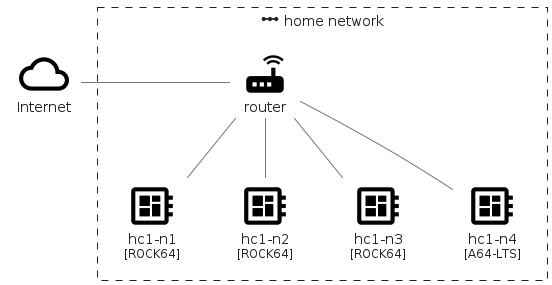
Before: paper/cluster_layout.png, a diagram exported from PlantUML (tmorin/homecloud-ansible). Its diagram source:
```plantuml
@startuml cluster_layout
!global $INCLUSION_MODE="local"
!global $LIB_BASE_LOCATION="../.gdiag/plantuml-libs/dist"
!include $LIB_BASE_LOCATION/bootstrap.puml

include('homecloud/bootstrap')
include('homecloud/Element/Board')
include('homecloud/Element/Cloud')
include('homecloud/Group/GroupNetwork')
include('homecloud/Element/Router')

Cloud('internet', 'Internet')
GroupNetwork('home', 'home network') {
  Router('router', 'router')
  Board('n1', 'hc1-n1', 'ROCK64')
  Board('n2', 'hc1-n2', 'ROCK64')
  Board('n3', 'hc1-n3', 'ROCK64')
  Board('n4', 'hc1-n4', 'A64-LTS')
}
internet - router
router -- n1
router -- n2
router -- n3
router -- n4
@enduml
```
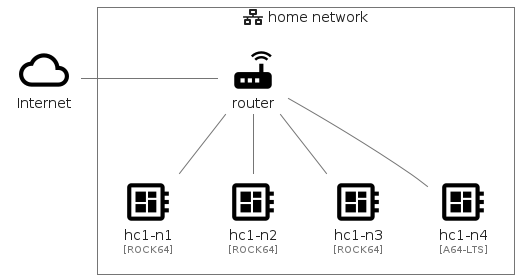
After the commit.

What changed in the source:
```diff
@@ -4,13 +4,13 @@
 !include $LIB_BASE_LOCATION/bootstrap.puml
 
 include('homecloud/bootstrap')
-include('homecloud/Element/Board')
-include('homecloud/Element/Cloud')
-include('homecloud/Group/GroupNetwork')
-include('homecloud/Element/Router')
+include('homecloud/Hardware/Board')
+include('homecloud/Network/Internet')
+include('homecloud/Network/LocalNetwork')
+include('homecloud/Network/Router')
 
-Cloud('internet', 'Internet')
-GroupNetwork('home', 'home network') {
+Internet('internet', 'Internet')
+LocalNetworkGroup('home', 'home network') {
   Router('router', 'router')
   Board('n1', 'hc1-n1', 'ROCK64')
   Board('n2', 'hc1-n2', 'ROCK64')
```
